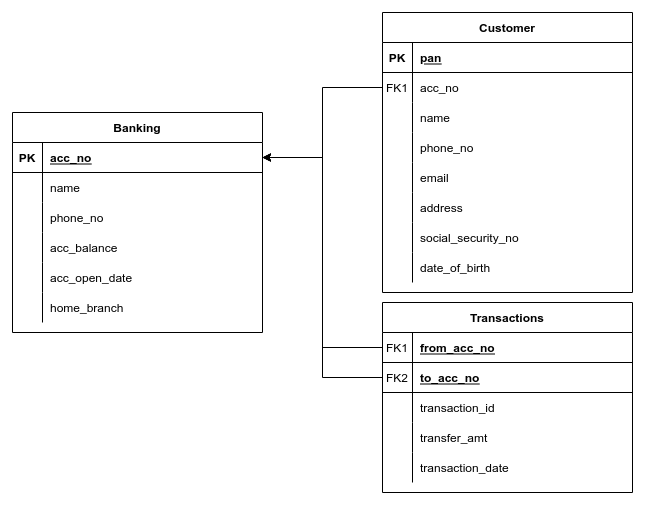
Above: er_diagram.png in Am271/banking-oodj (draw.io), before the change. Source tidied: cells renumbered, new cells last; positions are measured from the earlier drawing's top-left corner, leaving out a move shared by most shapes.
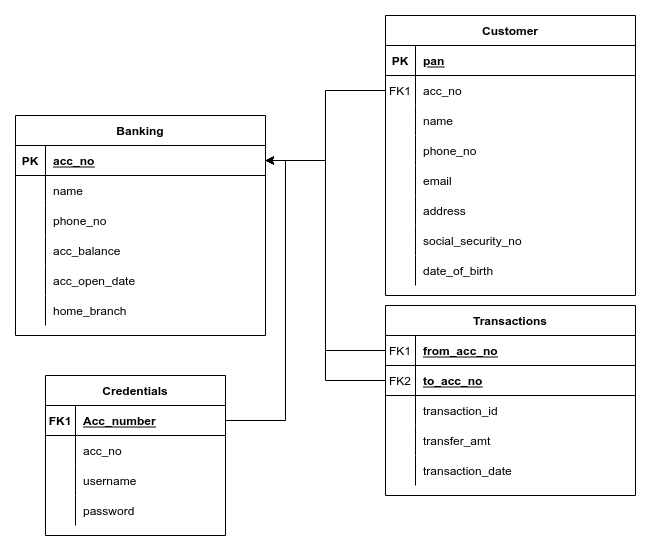
The same file after the commit.

Commit message:
Fixed change password and display customer details

Diff of the diagram source:
```diff
@@ -191,5 +191,47 @@
     <mxCell id="64" style="edgeStyle=orthogonalEdgeStyle;rounded=0;jettySize=auto;html=1;exitX=0;exitY=0.5;exitDx=0;exitDy=0;entryX=1;entryY=0.5;entryDx=0;entryDy=0;" parent="1" edge="1" source="31" target="44">
       <mxGeometry relative="1" as="geometry" />
     </mxCell>
+    <mxCell id="65" value="Credentials" style="shape=table;startSize=30;rowLines=0;fontStyle=1;align=center;" parent="1" vertex="1">
+      <mxGeometry x="30" y="360" width="180" height="160" as="geometry" />
+    </mxCell>
+    <mxCell id="66" style="shape=partialRectangle;fillColor=none;top=0;left=0;bottom=1;right=0;points=[[0,0.5],[1,0.5]];portConstraint=eastwest;" parent="65" vertex="1">
+      <mxGeometry y="30" width="180" height="30" as="geometry" />
+    </mxCell>
+    <mxCell id="67" value="FK1" style="shape=partialRectangle;fillColor=none;top=0;left=0;bottom=0;right=0;fontStyle=1;overflow=hidden;" parent="66" vertex="1">
+      <mxGeometry width="30" height="30" as="geometry" />
+    </mxCell>
+    <mxCell id="68" value="Acc_number" style="shape=partialRectangle;fillColor=none;top=0;left=0;bottom=0;right=0;align=left;spacingLeft=6;fontStyle=5;overflow=hidden;" parent="66" vertex="1">
+      <mxGeometry x="30" width="150" height="30" as="geometry" />
+    </mxCell>
+    <mxCell id="69" style="shape=partialRectangle;fillColor=none;top=0;left=0;bottom=0;right=0;" parent="65" vertex="1">
+      <mxGeometry y="60" width="180" height="30" as="geometry" />
+    </mxCell>
+    <mxCell id="70" style="shape=partialRectangle;fillColor=none;top=0;left=0;bottom=0;right=0;overflow=hidden;" parent="69" vertex="1">
+      <mxGeometry width="30" height="30" as="geometry" />
+    </mxCell>
+    <mxCell id="71" value="acc_no" style="shape=partialRectangle;fillColor=none;top=0;left=0;bottom=0;right=0;align=left;spacingLeft=6;overflow=hidden;" parent="69" vertex="1">
+      <mxGeometry x="30" width="150" height="30" as="geometry" />
+    </mxCell>
+    <mxCell id="72" style="shape=partialRectangle;fillColor=none;top=0;left=0;bottom=0;right=0;" parent="65" vertex="1">
+      <mxGeometry y="90" width="180" height="30" as="geometry" />
+    </mxCell>
+    <mxCell id="73" style="shape=partialRectangle;fillColor=none;top=0;left=0;bottom=0;right=0;overflow=hidden;" parent="72" vertex="1">
+      <mxGeometry width="30" height="30" as="geometry" />
+    </mxCell>
+    <mxCell id="74" value="username" style="shape=partialRectangle;fillColor=none;top=0;left=0;bottom=0;right=0;align=left;spacingLeft=6;overflow=hidden;" parent="72" vertex="1">
+      <mxGeometry x="30" width="150" height="30" as="geometry" />
+    </mxCell>
+    <mxCell id="75" style="shape=partialRectangle;fillColor=none;top=0;left=0;bottom=0;right=0;" parent="65" vertex="1">
+      <mxGeometry y="120" width="180" height="30" as="geometry" />
+    </mxCell>
+    <mxCell id="76" style="shape=partialRectangle;fillColor=none;top=0;left=0;bottom=0;right=0;overflow=hidden;" parent="75" vertex="1">
+      <mxGeometry width="30" height="30" as="geometry" />
+    </mxCell>
+    <mxCell id="77" value="password" style="shape=partialRectangle;fillColor=none;top=0;left=0;bottom=0;right=0;align=left;spacingLeft=6;overflow=hidden;" parent="75" vertex="1">
+      <mxGeometry x="30" width="150" height="30" as="geometry" />
+    </mxCell>
+    <mxCell id="78" style="edgeStyle=orthogonalEdgeStyle;rounded=0;jettySize=auto;html=1;exitX=1;exitY=0.5;exitDx=0;exitDy=0;entryX=1;entryY=0.5;entryDx=0;entryDy=0;" parent="1" edge="1" source="66" target="44">
+      <mxGeometry relative="1" as="geometry" />
+    </mxCell>
   </root>
 </mxGraphModel>
```
